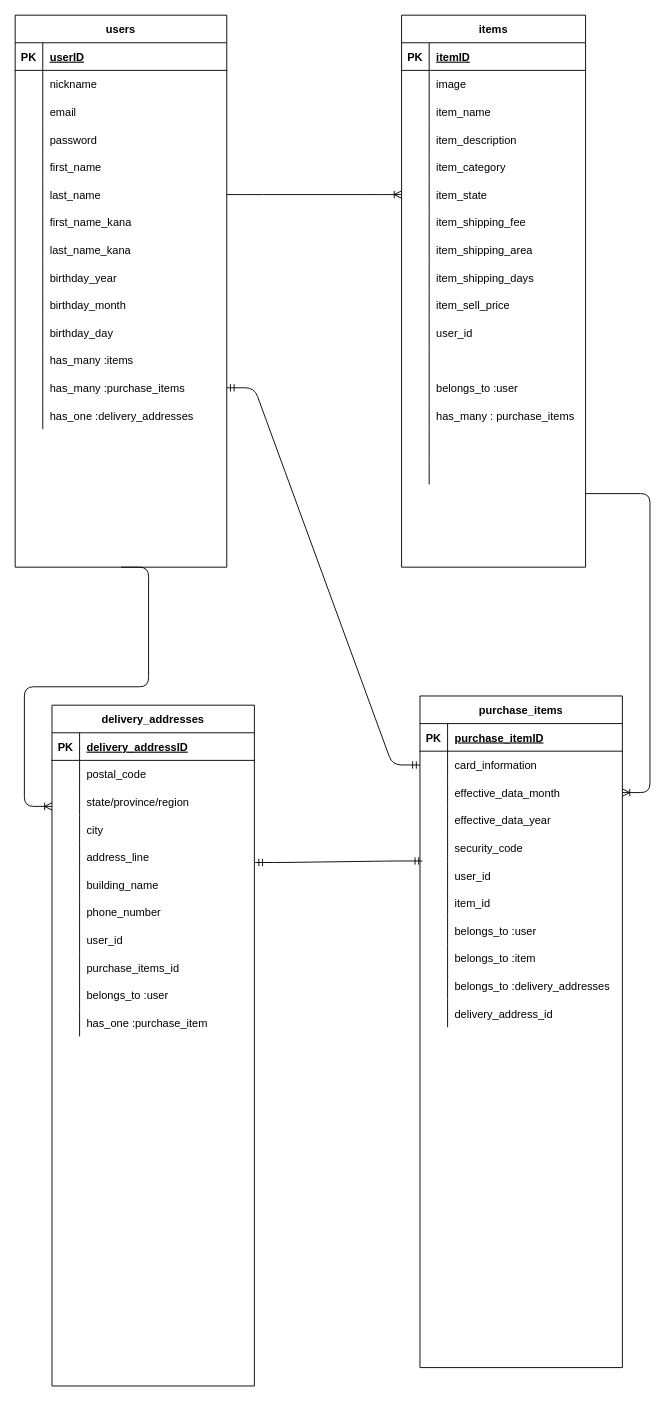
Earlier version of the draw.io diagram er.dio (daimanabu/furima-32977). Source tidied: cells renumbered, new cells numbered last; positions are measured from the earlier drawing's top-left corner, leaving out a move shared by most shapes. Both pictures are drawn from the tidied source at 92%, with x=0, y=0 at pixel (15, 15).
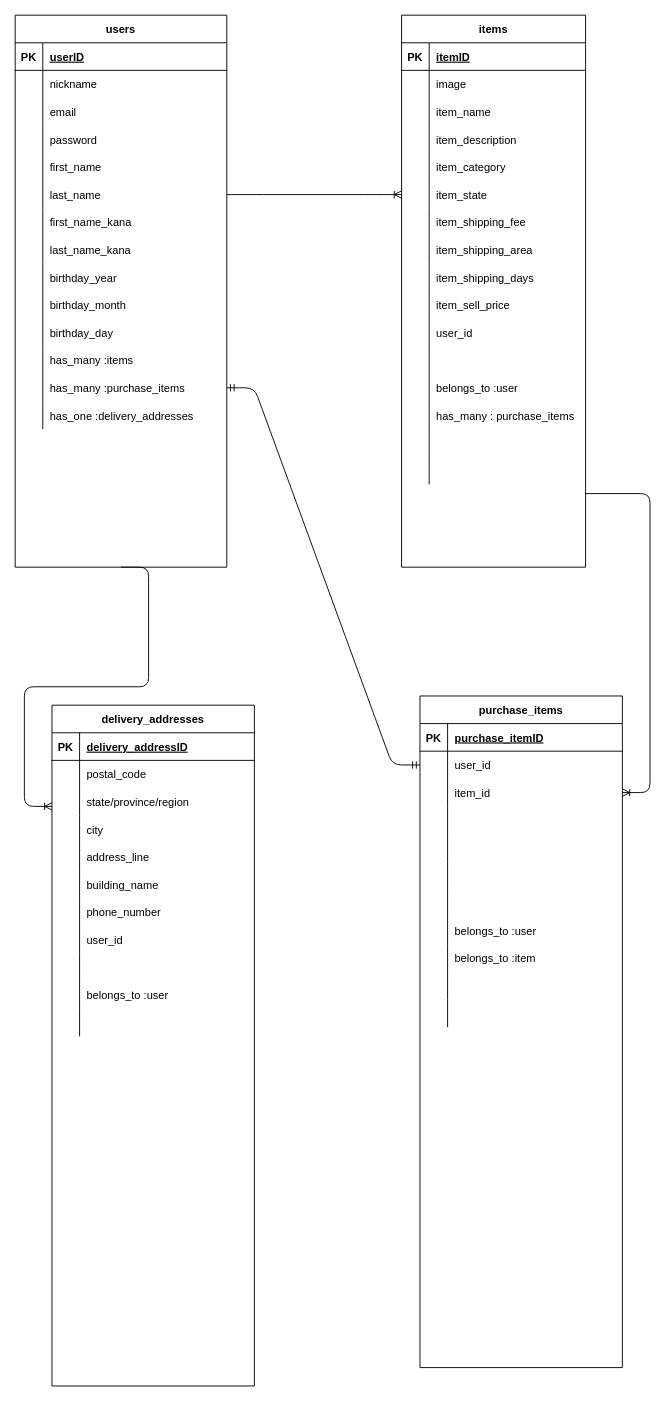
Above is the later version.

Unchanged cells that the change refers to:
```xml
<mxCell id="98" style="shape=partialRectangle;fillColor=none;top=0;left=0;bottom=0;right=0;points=[[0,0.5],[1,0.5]];portConstraint=eastwest;" parent="94" vertex="1">
  <mxGeometry y="60" width="220" height="30" as="geometry" />
</mxCell>
<mxCell id="101" style="shape=partialRectangle;fillColor=none;top=0;left=0;bottom=0;right=0;points=[[0,0.5],[1,0.5]];portConstraint=eastwest;" parent="94" vertex="1">
  <mxGeometry y="90" width="220" height="30" as="geometry" />
</mxCell>
<mxCell id="104" style="shape=partialRectangle;fillColor=none;top=0;left=0;bottom=0;right=0;" parent="94" vertex="1">
  <mxGeometry y="120" width="220" height="30" as="geometry" />
</mxCell>
<mxCell id="107" style="shape=partialRectangle;fillColor=none;top=0;left=0;bottom=0;right=0;" parent="94" vertex="1">
  <mxGeometry y="150" width="220" height="30" as="geometry" />
</mxCell>
<mxCell id="110" style="shape=partialRectangle;fillColor=none;top=0;left=0;bottom=0;right=0;points=[[0,0.5],[1,0.5]];portConstraint=eastwest;" parent="94" vertex="1">
  <mxGeometry y="180" width="220" height="30" as="geometry" />
</mxCell>
<mxCell id="113" style="shape=partialRectangle;fillColor=none;top=0;left=0;bottom=0;right=0;" parent="94" vertex="1">
  <mxGeometry y="210" width="220" height="30" as="geometry" />
</mxCell>
<mxCell id="122" style="shape=partialRectangle;fillColor=none;top=0;left=0;bottom=0;right=0;" parent="94" vertex="1">
  <mxGeometry y="300" width="220" height="30" as="geometry" />
</mxCell>
<mxCell id="125" style="shape=partialRectangle;fillColor=none;top=0;left=0;bottom=0;right=0;" parent="94" vertex="1">
  <mxGeometry y="330" width="220" height="30" as="geometry" />
</mxCell>
<mxCell id="141" style="shape=partialRectangle;fillColor=none;top=0;left=0;bottom=0;right=0;points=[[0,0.5],[1,0.5]];portConstraint=eastwest;" parent="128" vertex="1">
  <mxGeometry y="150" width="220" height="30" as="geometry" />
</mxCell>
<mxCell id="153" style="shape=partialRectangle;fillColor=none;top=0;left=0;bottom=0;right=0;" parent="128" vertex="1">
  <mxGeometry y="270" width="220" height="30" as="geometry" />
</mxCell>
<mxCell id="159" style="shape=partialRectangle;fillColor=none;top=0;left=0;bottom=0;right=0;" parent="128" vertex="1">
  <mxGeometry y="330" width="220" height="30" as="geometry" />
</mxCell>
```

Diff of the diagram source:
```diff
@@
-    <mxCell id="100" value="card_information" style="shape=partialRectangle;fillColor=none;top=0;left=0;bottom=0;right=0;align=left;spacingLeft=6;overflow=hidden;" parent="98" vertex="1">
+    <mxCell id="100" value="user_id" style="shape=partialRectangle;fillColor=none;top=0;left=0;bottom=0;right=0;align=left;spacingLeft=6;overflow=hidden;" parent="98" vertex="1">
       <mxGeometry x="30" width="190" height="30" as="geometry" />
     </mxCell>
@@
-    <mxCell id="103" value="effective_data_month" style="shape=partialRectangle;fillColor=none;top=0;left=0;bottom=0;right=0;align=left;spacingLeft=6;overflow=hidden;" parent="101" vertex="1">
+    <mxCell id="103" value="item_id" style="shape=partialRectangle;fillColor=none;top=0;left=0;bottom=0;right=0;align=left;spacingLeft=6;overflow=hidden;" parent="101" vertex="1">
       <mxGeometry x="30" width="190" height="30" as="geometry" />
     </mxCell>
@@
-    <mxCell id="106" value="effective_data_year" style="shape=partialRectangle;fillColor=none;top=0;left=0;bottom=0;right=0;align=left;spacingLeft=6;overflow=hidden;" parent="104" vertex="1">
+    <mxCell id="106" style="shape=partialRectangle;fillColor=none;top=0;left=0;bottom=0;right=0;align=left;spacingLeft=6;overflow=hidden;" parent="104" vertex="1">
       <mxGeometry x="30" width="190" height="30" as="geometry" />
     </mxCell>
@@
-    <mxCell id="109" value="security_code" style="shape=partialRectangle;fillColor=none;top=0;left=0;bottom=0;right=0;align=left;spacingLeft=6;overflow=hidden;" parent="107" vertex="1">
+    <mxCell id="109" style="shape=partialRectangle;fillColor=none;top=0;left=0;bottom=0;right=0;align=left;spacingLeft=6;overflow=hidden;" parent="107" vertex="1">
       <mxGeometry x="30" width="190" height="30" as="geometry" />
     </mxCell>
@@
-    <mxCell id="112" value="user_id" style="shape=partialRectangle;fillColor=none;top=0;left=0;bottom=0;right=0;align=left;spacingLeft=6;overflow=hidden;" parent="110" vertex="1">
+    <mxCell id="112" style="shape=partialRectangle;fillColor=none;top=0;left=0;bottom=0;right=0;align=left;spacingLeft=6;overflow=hidden;" parent="110" vertex="1">
       <mxGeometry x="30" width="190" height="30" as="geometry" />
     </mxCell>
@@
-    <mxCell id="115" value="item_id" style="shape=partialRectangle;fillColor=none;top=0;left=0;bottom=0;right=0;align=left;spacingLeft=6;overflow=hidden;" parent="113" vertex="1">
+    <mxCell id="115" style="shape=partialRectangle;fillColor=none;top=0;left=0;bottom=0;right=0;align=left;spacingLeft=6;overflow=hidden;" parent="113" vertex="1">
       <mxGeometry x="30" width="190" height="30" as="geometry" />
     </mxCell>
@@
-    <mxCell id="124" value="belongs_to :delivery_addresses" style="shape=partialRectangle;fillColor=none;top=0;left=0;bottom=0;right=0;align=left;spacingLeft=6;overflow=hidden;" parent="122" vertex="1">
+    <mxCell id="124" style="shape=partialRectangle;fillColor=none;top=0;left=0;bottom=0;right=0;align=left;spacingLeft=6;overflow=hidden;" parent="122" vertex="1">
       <mxGeometry x="30" width="190" height="30" as="geometry" />
     </mxCell>
@@
-    <mxCell id="127" value="delivery_address_id" style="shape=partialRectangle;fillColor=none;top=0;left=0;bottom=0;right=0;align=left;spacingLeft=6;overflow=hidden;" parent="125" vertex="1">
+    <mxCell id="127" style="shape=partialRectangle;fillColor=none;top=0;left=0;bottom=0;right=0;align=left;spacingLeft=6;overflow=hidden;" parent="125" vertex="1">
       <mxGeometry x="30" width="190" height="30" as="geometry" />
     </mxCell>
@@
-    <mxCell id="155" value="purchase_items_id" style="shape=partialRectangle;fillColor=none;top=0;left=0;bottom=0;right=0;align=left;spacingLeft=6;overflow=hidden;" parent="153" vertex="1">
+    <mxCell id="155" style="shape=partialRectangle;fillColor=none;top=0;left=0;bottom=0;right=0;align=left;spacingLeft=6;overflow=hidden;" parent="153" vertex="1">
       <mxGeometry x="30" width="190" height="30" as="geometry" />
     </mxCell>
@@
-    <mxCell id="161" value="has_one :purchase_item" style="shape=partialRectangle;fillColor=none;top=0;left=0;bottom=0;right=0;align=left;spacingLeft=6;overflow=hidden;" parent="159" vertex="1">
+    <mxCell id="161" style="shape=partialRectangle;fillColor=none;top=0;left=0;bottom=0;right=0;align=left;spacingLeft=6;overflow=hidden;" parent="159" vertex="1">
       <mxGeometry x="30" width="190" height="30" as="geometry" />
     </mxCell>
@@
-    <mxCell id="166" style="edgeStyle=entityRelationEdgeStyle;fontSize=12;html=1;endArrow=ERmandOne;startArrow=ERmandOne;exitX=1.004;exitY=0.7;exitDx=0;exitDy=0;exitPerimeter=0;entryX=0.012;entryY=-0.022;entryDx=0;entryDy=0;entryPerimeter=0;" parent="1" edge="1" source="141" target="110">
-      <mxGeometry relative="1" as="geometry" />
-    </mxCell>
```
